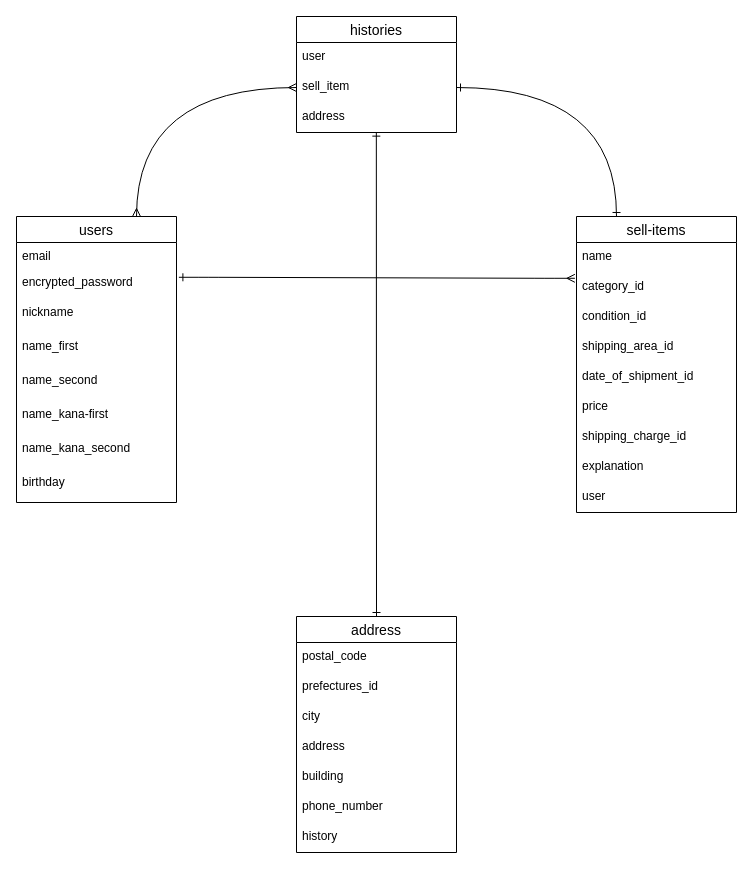
Earlier version of the draw.io diagram hurima.dio (Tsutomu-sasaki1/furima-31549). Source tidied: cells renumbered, new cells numbered last; positions are measured from the earlier drawing's top-left corner, leaving out a move shared by most shapes. Both pictures are drawn from the tidied source at 100%, with x=0, y=0 at pixel (16, 16).
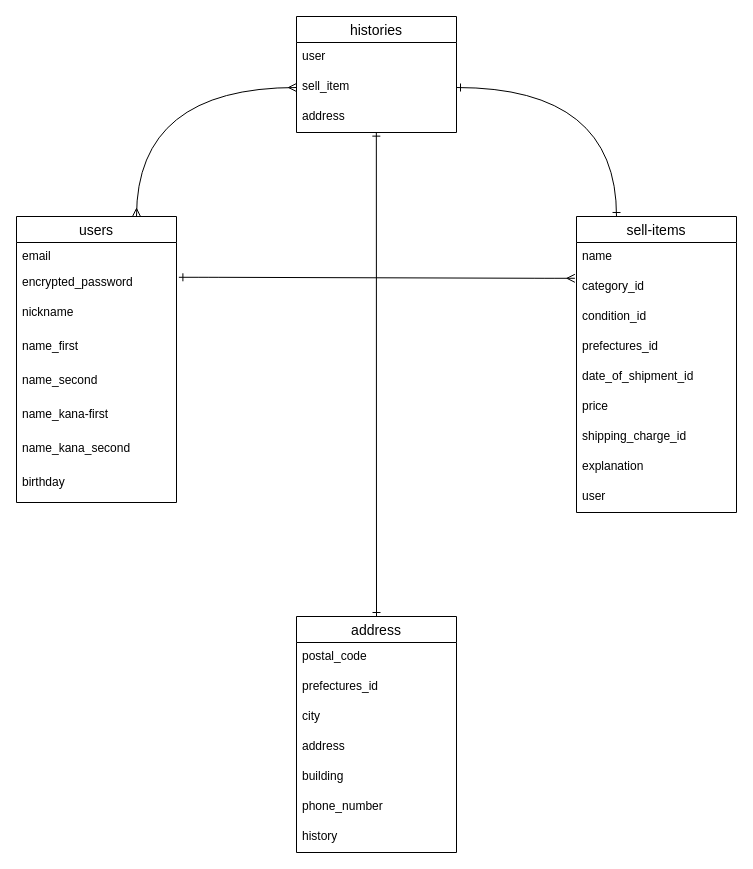
Above is the later version.

Commit message (it also covers changes not shown here):
カラムshipping_area_idをprefectures_idへ修正

The change refers to these unchanged cells:
```xml
<mxCell id="21" value="sell-items" style="swimlane;fontStyle=0;horizontal=1;startSize=26;align=center;fontSize=14;" parent="1" vertex="1">
  <mxGeometry x="560" y="200" width="160" height="296" as="geometry" />
</mxCell>
```

Change to the diagram source:
```diff
@@
-    <mxCell id="25" value="shipping_area_id" style="text;strokeColor=none;fillColor=none;spacingLeft=4;spacingRight=4;overflow=hidden;fontSize=12;" parent="21" vertex="1">
+    <mxCell id="25" value="prefectures_id" style="text;strokeColor=none;fillColor=none;spacingLeft=4;spacingRight=4;overflow=hidden;fontSize=12;" parent="21" vertex="1">
       <mxGeometry y="116" width="160" height="30" as="geometry" />
     </mxCell>
```
